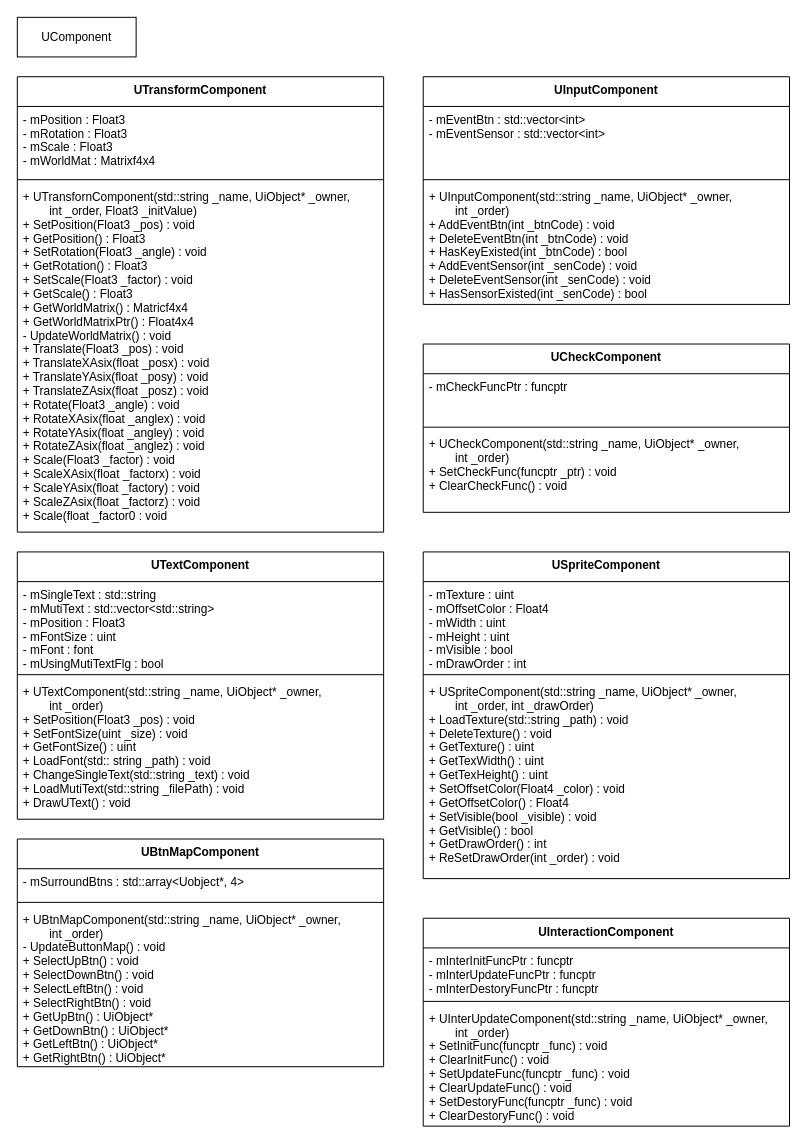
The draw.io diagram page "ucomponent" (4 of 7) of MyNinDesign.drawio in HIBICUS-CAI/NinAtHome_OpenGL, before the edit. Source tidied: cells renumbered, new cells numbered last; positions are measured from the earlier drawing's top-left corner, leaving out a move shared by most shapes. Both pictures are drawn from the tidied source at 99%, with x=0, y=0 at pixel (17, 17).
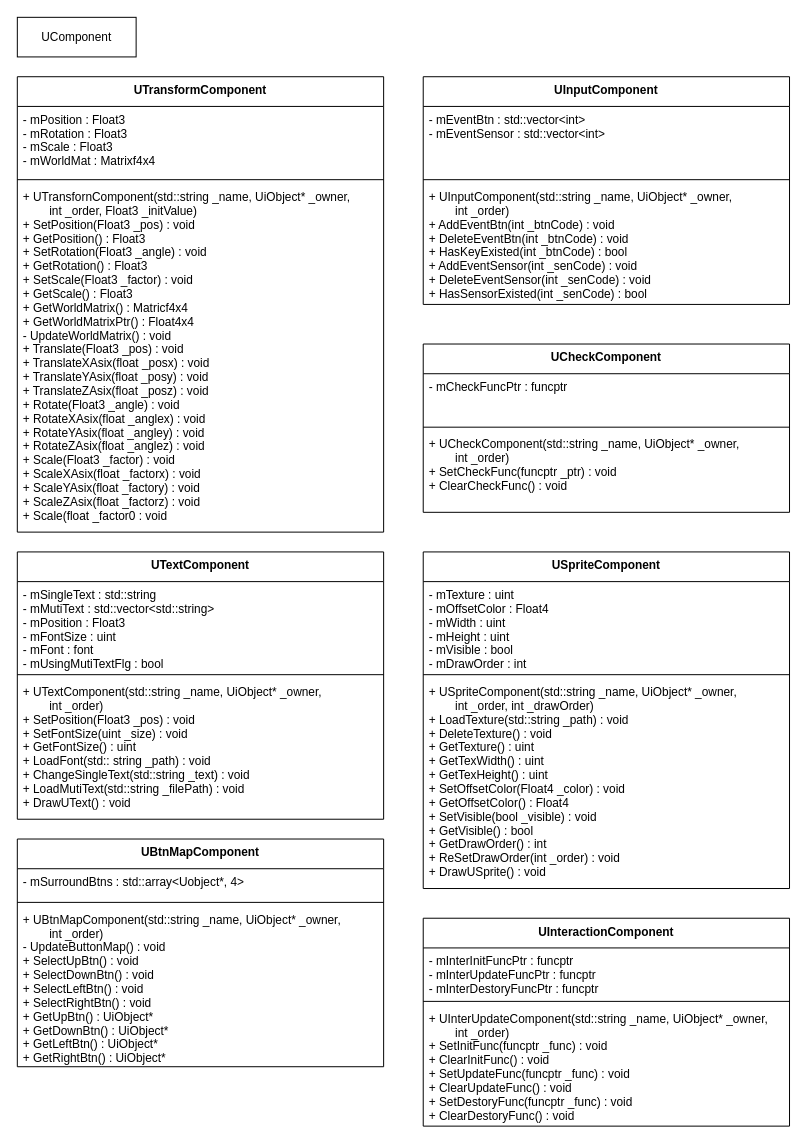
Above is the later version.

Diff of the diagram source:
```diff
@@
     <mxCell id="23" value="USpriteComponent" style="swimlane;fontStyle=1;align=center;verticalAlign=top;horizontal=1;startSize=30;" parent="1" vertex="1">
-      <mxGeometry x="410" y="540" width="370" height="330" as="geometry" />
+      <mxGeometry x="410" y="540" width="370" height="340" as="geometry" />
     </mxCell>
@@
-    <mxCell id="26" value="+ USpriteComponent(std::string _name, UiObject* _owner,&#10;        int _order, int _drawOrder)&#10;+ LoadTexture(std::string _path) : void&#10;+ DeleteTexture() : void&#10;+ GetTexture() : uint&#10;+ GetTexWidth() : uint&#10;+ GetTexHeight() : uint&#10;+ SetOffsetColor(Float4 _color) : void&#10;+ GetOffsetColor() : Float4&#10;+ SetVisible(bool _visible) : void&#10;+ GetVisible() : bool&#10;+ GetDrawOrder() : int&#10;+ ReSetDrawOrder(int _order) : void" style="text;strokeColor=none;fillColor=none;align=left;verticalAlign=top;spacingLeft=4;spacingRight=4;overflow=hidden;" parent="23" vertex="1">
-      <mxGeometry y="128" width="370" height="202" as="geometry" />
+    <mxCell id="26" value="+ USpriteComponent(std::string _name, UiObject* _owner,&#10;        int _order, int _drawOrder)&#10;+ LoadTexture(std::string _path) : void&#10;+ DeleteTexture() : void&#10;+ GetTexture() : uint&#10;+ GetTexWidth() : uint&#10;+ GetTexHeight() : uint&#10;+ SetOffsetColor(Float4 _color) : void&#10;+ GetOffsetColor() : Float4&#10;+ SetVisible(bool _visible) : void&#10;+ GetVisible() : bool&#10;+ GetDrawOrder() : int&#10;+ ReSetDrawOrder(int _order) : void&#10;+ DrawUSprite() : void" style="text;strokeColor=none;fillColor=none;align=left;verticalAlign=top;spacingLeft=4;spacingRight=4;overflow=hidden;" parent="23" vertex="1">
+      <mxGeometry y="128" width="370" height="212" as="geometry" />
     </mxCell>
```
